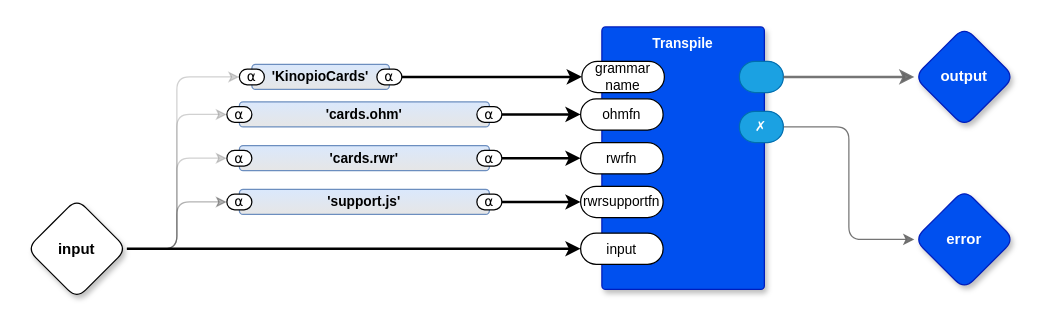
Before: page "Transpile Cards To Prolog" (3 of 4) of kinopio2md.drawio in guitarvydas/kinopio2md, a draw.io diagram. Source tidied: cells renumbered, new cells numbered last; positions are measured from the earlier drawing's top-left corner, leaving out a move shared by most shapes. Both pictures are drawn from the tidied source at 125%, with x=0, y=0 at pixel (26, 26).
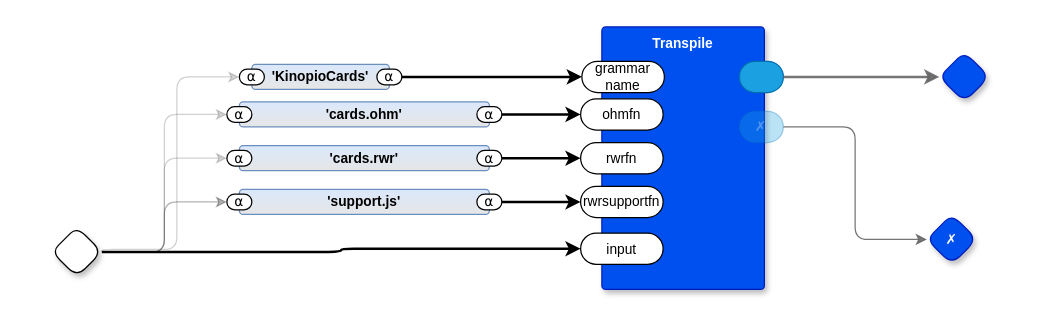
Above is the later version.

The change refers to these unchanged cells:
```xml
<mxCell id="9" value="Transpile" style="rounded=1;whiteSpace=wrap;html=1;sketch=0;verticalAlign=top;arcSize=6;fontStyle=1;absoluteArcSize=1;shadow=1;strokeColor=#001DBC;fillColor=#0050ef;fontColor=#ffffff;fontFamily=Helvetica;fontSize=11;" parent="1" vertex="1">
  <mxGeometry x="460" width="130" height="210" as="geometry" />
</mxCell>
```

The edit, as a diff of the source:
```diff
@@
-    <mxCell id="7" value="input" style="rhombus;whiteSpace=wrap;html=1;rounded=1;fontStyle=1;glass=0;sketch=0;fontSize=12;points=[[0,0.5,0,0,0],[0.5,0,0,0,0],[0.5,1,0,0,0],[1,0.5,0,0,0]];shadow=1;fontFamily=Helvetica;fontColor=default;" parent="1" vertex="1">
-      <mxGeometry y="137.5" width="80" height="80" as="geometry" />
+    <mxCell id="7" style="rhombus;whiteSpace=wrap;html=1;rounded=1;fontStyle=1;glass=0;sketch=0;fontSize=12;points=[[0,0.5,0,0,0],[0.5,0,0,0,0],[0.5,1,0,0,0],[1,0.5,0,0,0]];shadow=1;fontFamily=Helvetica;fontColor=default;" parent="1" vertex="1">
+      <mxGeometry x="20" y="160" width="40" height="40" as="geometry" />
     </mxCell>
-    <mxCell id="8" value="output" style="rhombus;whiteSpace=wrap;html=1;rounded=1;fillColor=#0050ef;fontColor=#ffffff;strokeColor=#001DBC;fontStyle=1;glass=0;sketch=0;fontSize=12;points=[[0,0.5,0,0,0],[0.5,0,0,0,0],[0.5,1,0,0,0],[1,0.5,0,0,0]];shadow=1;fontFamily=Helvetica;" parent="1" vertex="1">
-      <mxGeometry x="710" width="80" height="80" as="geometry" />
+    <mxCell id="8" style="rhombus;whiteSpace=wrap;html=1;rounded=1;fillColor=#0050ef;fontColor=#ffffff;strokeColor=#001DBC;fontStyle=1;glass=0;sketch=0;fontSize=12;points=[[0,0.5,0,0,0],[0.5,0,0,0,0],[0.5,1,0,0,0],[1,0.5,0,0,0]];shadow=1;fontFamily=Helvetica;" parent="1" vertex="1">
+      <mxGeometry x="730" y="20" width="40" height="40" as="geometry" />
     </mxCell>
@@
-    <mxCell id="16" value="✗" style="rounded=1;whiteSpace=wrap;html=1;sketch=0;points=[[0,0.5,0,0,0],[1,0.5,0,0,0]];fillColor=#1ba1e2;fontColor=#ffffff;strokeColor=#006EAF;arcSize=50;fontFamily=Helvetica;fontSize=11;" parent="9" vertex="1">
+    <mxCell id="16" value="✗" style="rounded=1;whiteSpace=wrap;html=1;sketch=0;points=[[0,0.5,0,0,0],[1,0.5,0,0,0]];fillColor=#1ba1e2;fontColor=#ffffff;strokeColor=#006EAF;arcSize=50;fontFamily=Helvetica;fontSize=11;opacity=30;textOpacity=30;" parent="9" vertex="1">
       <mxGeometry x="110" y="67.5" width="35.2" height="25" as="geometry" />
     </mxCell>
@@
-    <mxCell id="18" value="error" style="rhombus;whiteSpace=wrap;html=1;rounded=1;fillColor=#0050ef;fontColor=#ffffff;strokeColor=#001DBC;fontStyle=1;glass=0;sketch=0;fontSize=12;points=[[0,0.5,0,0,0],[0.5,0,0,0,0],[0.5,1,0,0,0],[1,0.5,0,0,0]];shadow=1;fontFamily=Helvetica;" parent="1" vertex="1">
-      <mxGeometry x="710" y="130" width="80" height="80" as="geometry" />
+    <mxCell id="18" value="&lt;span style=&quot;font-size: 11px; font-weight: 400;&quot;&gt;✗&lt;/span&gt;" style="rhombus;whiteSpace=wrap;html=1;rounded=1;fillColor=#0050ef;fontColor=#ffffff;strokeColor=#001DBC;fontStyle=1;glass=0;sketch=0;fontSize=12;points=[[0,0.5,0,0,0],[0.5,0,0,0,0],[0.5,1,0,0,0],[1,0.5,0,0,0]];shadow=1;fontFamily=Helvetica;" parent="1" vertex="1">
+      <mxGeometry x="720" y="150" width="40" height="40" as="geometry" />
     </mxCell>
```
